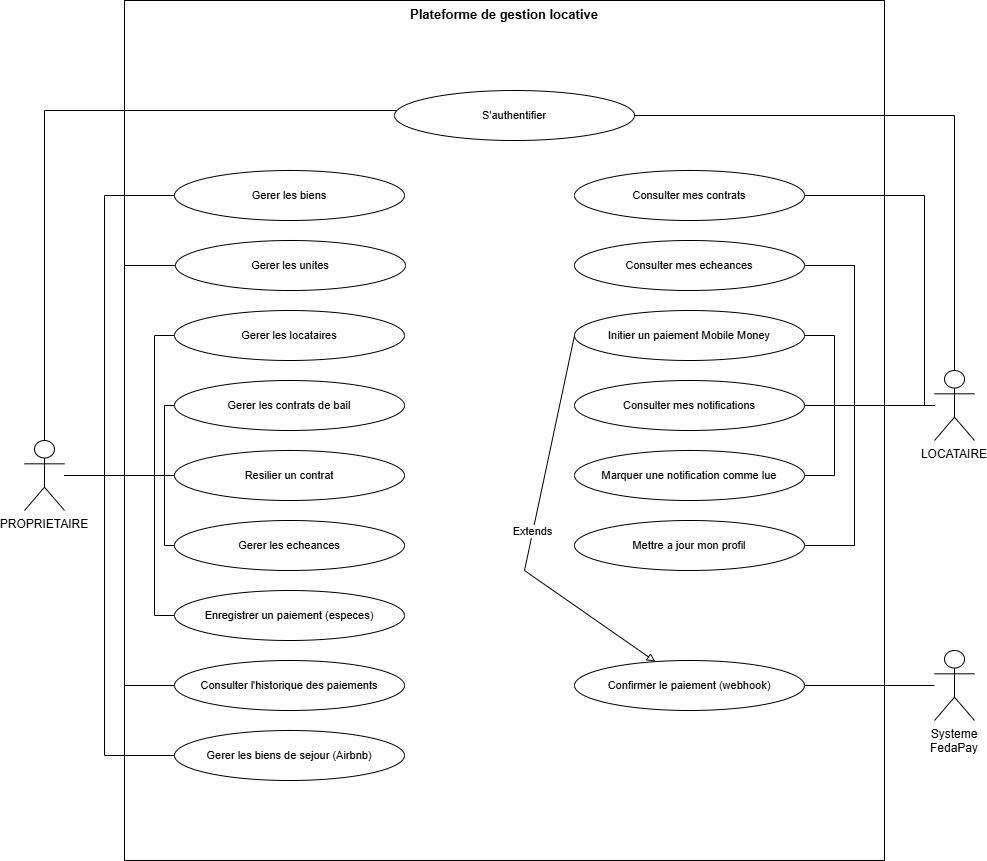
Earlier version of the draw.io export DIAGRAMME/use case/use case.png (xavierGIT04/Soutenance). Source tidied: cells renumbered, new cells last; positions are measured from the earlier drawing's top-left corner, leaving out a move shared by most shapes.
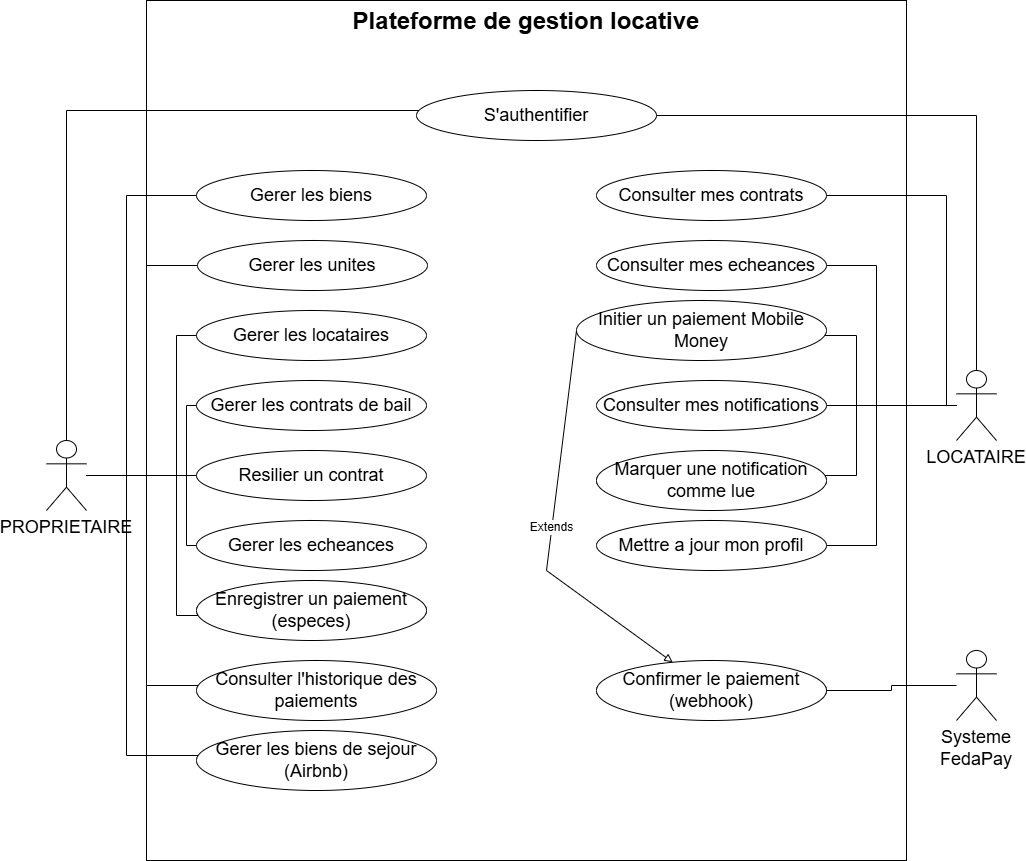
The same file after the commit.

Diff of the diagram source:
```diff
@@ -2,67 +2,67 @@
   <root>
     <mxCell id="0" />
     <mxCell id="1" parent="0" />
-    <mxCell id="2" value="Plateforme de gestion locative" style="rounded=0;whiteSpace=wrap;html=1;verticalAlign=top;align=center;fillColor=none;strokeColor=#000000;fontStyle=1;fontSize=13;" parent="1" vertex="1">
+    <mxCell id="2" value="&lt;font style=&quot;font-size: 24px;&quot;&gt;Plateforme de gestion locative&lt;/font&gt;" style="rounded=0;whiteSpace=wrap;html=1;verticalAlign=top;align=center;fillColor=none;strokeColor=#000000;fontStyle=1;fontSize=13;" parent="1" vertex="1">
       <mxGeometry x="100" width="760" height="860" as="geometry" />
     </mxCell>
-    <mxCell id="3" value="S'authentifier" style="ellipse;whiteSpace=wrap;html=1;fillColor=#ffffff;strokeColor=#000000;fontSize=11;" parent="1" vertex="1">
+    <mxCell id="3" value="&lt;font style=&quot;font-size: 18px;&quot;&gt;S'authentifier&lt;/font&gt;" style="ellipse;whiteSpace=wrap;html=1;fillColor=#ffffff;strokeColor=#000000;fontSize=11;" parent="1" vertex="1">
       <mxGeometry x="370" y="90" width="240" height="50" as="geometry" />
     </mxCell>
-    <mxCell id="4" value="PROPRIETAIRE" style="shape=umlActor;whiteSpace=wrap;html=1;verticalLabelPosition=bottom;verticalAlign=top;outlineConnect=0;fillColor=#ffffff;strokeColor=#000000;" parent="1" vertex="1">
+    <mxCell id="4" value="&lt;font style=&quot;font-size: 18px;&quot;&gt;PROPRIETAIRE&lt;/font&gt;" style="shape=umlActor;whiteSpace=wrap;html=1;verticalLabelPosition=bottom;verticalAlign=top;outlineConnect=0;fillColor=#ffffff;strokeColor=#000000;" parent="1" vertex="1">
       <mxGeometry y="440" width="40" height="70" as="geometry" />
     </mxCell>
-    <mxCell id="5" value="Gerer les biens" style="ellipse;whiteSpace=wrap;html=1;fillColor=#ffffff;strokeColor=#000000;fontSize=11;" parent="1" vertex="1">
+    <mxCell id="5" value="&lt;font style=&quot;font-size: 18px;&quot;&gt;Gerer les biens&lt;/font&gt;" style="ellipse;whiteSpace=wrap;html=1;fillColor=#ffffff;strokeColor=#000000;fontSize=11;" parent="1" vertex="1">
       <mxGeometry x="150" y="170" width="230" height="50" as="geometry" />
     </mxCell>
-    <mxCell id="6" value="Gerer les unites" style="ellipse;whiteSpace=wrap;html=1;fillColor=#ffffff;strokeColor=#000000;fontSize=11;" parent="1" vertex="1">
+    <mxCell id="6" value="&lt;font style=&quot;font-size: 18px;&quot;&gt;Gerer les unites&lt;/font&gt;" style="ellipse;whiteSpace=wrap;html=1;fillColor=#ffffff;strokeColor=#000000;fontSize=11;" parent="1" vertex="1">
       <mxGeometry x="151" y="240" width="230" height="50" as="geometry" />
     </mxCell>
-    <mxCell id="7" value="Gerer les locataires" style="ellipse;whiteSpace=wrap;html=1;fillColor=#ffffff;strokeColor=#000000;fontSize=11;" parent="1" vertex="1">
+    <mxCell id="7" value="&lt;font style=&quot;font-size: 18px;&quot;&gt;Gerer les locataires&lt;/font&gt;" style="ellipse;whiteSpace=wrap;html=1;fillColor=#ffffff;strokeColor=#000000;fontSize=11;" parent="1" vertex="1">
       <mxGeometry x="150" y="310" width="230" height="50" as="geometry" />
     </mxCell>
-    <mxCell id="8" value="Gerer les contrats de bail" style="ellipse;whiteSpace=wrap;html=1;fillColor=#ffffff;strokeColor=#000000;fontSize=11;" parent="1" vertex="1">
+    <mxCell id="8" value="&lt;font style=&quot;font-size: 18px;&quot;&gt;Gerer les contrats de bail&lt;/font&gt;" style="ellipse;whiteSpace=wrap;html=1;fillColor=#ffffff;strokeColor=#000000;fontSize=11;" parent="1" vertex="1">
       <mxGeometry x="150" y="380" width="230" height="50" as="geometry" />
     </mxCell>
-    <mxCell id="9" value="Resilier un contrat" style="ellipse;whiteSpace=wrap;html=1;fillColor=#ffffff;strokeColor=#000000;fontSize=11;" parent="1" vertex="1">
+    <mxCell id="9" value="&lt;font style=&quot;font-size: 18px;&quot;&gt;Resilier un contrat&lt;/font&gt;" style="ellipse;whiteSpace=wrap;html=1;fillColor=#ffffff;strokeColor=#000000;fontSize=11;" parent="1" vertex="1">
       <mxGeometry x="150" y="450" width="230" height="50" as="geometry" />
     </mxCell>
-    <mxCell id="10" value="Gerer les echeances" style="ellipse;whiteSpace=wrap;html=1;fillColor=#ffffff;strokeColor=#000000;fontSize=11;" parent="1" vertex="1">
+    <mxCell id="10" value="&lt;font style=&quot;font-size: 18px;&quot;&gt;Gerer les echeances&lt;/font&gt;" style="ellipse;whiteSpace=wrap;html=1;fillColor=#ffffff;strokeColor=#000000;fontSize=11;" parent="1" vertex="1">
       <mxGeometry x="150" y="520" width="230" height="50" as="geometry" />
     </mxCell>
-    <mxCell id="11" value="Enregistrer un paiement (especes)" style="ellipse;whiteSpace=wrap;html=1;fillColor=#ffffff;strokeColor=#000000;fontSize=11;" parent="1" vertex="1">
-      <mxGeometry x="150" y="590" width="230" height="50" as="geometry" />
+    <mxCell id="11" value="&lt;font style=&quot;font-size: 18px;&quot;&gt;Enregistrer un paiement (especes)&lt;/font&gt;" style="ellipse;whiteSpace=wrap;html=1;fillColor=#ffffff;strokeColor=#000000;fontSize=11;" parent="1" vertex="1">
+      <mxGeometry x="150" y="580" width="230" height="60" as="geometry" />
     </mxCell>
-    <mxCell id="12" value="Consulter l'historique des paiements" style="ellipse;whiteSpace=wrap;html=1;fillColor=#ffffff;strokeColor=#000000;fontSize=11;" parent="1" vertex="1">
-      <mxGeometry x="150" y="660" width="230" height="50" as="geometry" />
+    <mxCell id="12" value="&lt;font style=&quot;font-size: 18px;&quot;&gt;Consulter l'historique des paiements&lt;/font&gt;" style="ellipse;whiteSpace=wrap;html=1;fillColor=#ffffff;strokeColor=#000000;fontSize=11;" parent="1" vertex="1">
+      <mxGeometry x="150" y="660" width="240" height="60" as="geometry" />
     </mxCell>
-    <mxCell id="13" value="Gerer les biens de sejour (Airbnb)" style="ellipse;whiteSpace=wrap;html=1;fillColor=#ffffff;strokeColor=#000000;fontSize=11;" parent="1" vertex="1">
-      <mxGeometry x="150" y="730" width="230" height="50" as="geometry" />
+    <mxCell id="13" value="&lt;font style=&quot;font-size: 18px;&quot;&gt;Gerer les biens de sejour (Airbnb)&lt;/font&gt;" style="ellipse;whiteSpace=wrap;html=1;fillColor=#ffffff;strokeColor=#000000;fontSize=11;" parent="1" vertex="1">
+      <mxGeometry x="150" y="730" width="240" height="60" as="geometry" />
     </mxCell>
-    <mxCell id="14" value="LOCATAIRE" style="shape=umlActor;whiteSpace=wrap;html=1;verticalLabelPosition=bottom;verticalAlign=top;outlineConnect=0;fillColor=#ffffff;strokeColor=#000000;" parent="1" vertex="1">
+    <mxCell id="14" value="&lt;font style=&quot;font-size: 18px;&quot;&gt;LOCATAIRE&lt;/font&gt;" style="shape=umlActor;whiteSpace=wrap;html=1;verticalLabelPosition=bottom;verticalAlign=top;outlineConnect=0;fillColor=#ffffff;strokeColor=#000000;" parent="1" vertex="1">
       <mxGeometry x="910" y="370" width="40" height="70" as="geometry" />
     </mxCell>
-    <mxCell id="15" value="Consulter mes contrats" style="ellipse;whiteSpace=wrap;html=1;fillColor=#ffffff;strokeColor=#000000;fontSize=11;" parent="1" vertex="1">
+    <mxCell id="15" value="&lt;font style=&quot;font-size: 18px;&quot;&gt;Consulter mes contrats&lt;/font&gt;" style="ellipse;whiteSpace=wrap;html=1;fillColor=#ffffff;strokeColor=#000000;fontSize=11;" parent="1" vertex="1">
       <mxGeometry x="550" y="170" width="230" height="50" as="geometry" />
     </mxCell>
-    <mxCell id="16" value="Consulter mes echeances" style="ellipse;whiteSpace=wrap;html=1;fillColor=#ffffff;strokeColor=#000000;fontSize=11;" parent="1" vertex="1">
+    <mxCell id="16" value="&lt;font style=&quot;font-size: 18px;&quot;&gt;Consulter mes echeances&lt;/font&gt;" style="ellipse;whiteSpace=wrap;html=1;fillColor=#ffffff;strokeColor=#000000;fontSize=11;" parent="1" vertex="1">
       <mxGeometry x="550" y="240" width="230" height="50" as="geometry" />
     </mxCell>
-    <mxCell id="17" value="Initier un paiement Mobile Money" style="ellipse;whiteSpace=wrap;html=1;fillColor=#ffffff;strokeColor=#000000;fontSize=11;" parent="1" vertex="1">
-      <mxGeometry x="550" y="310" width="230" height="50" as="geometry" />
+    <mxCell id="17" value="&lt;font style=&quot;font-size: 18px;&quot;&gt;Initier un paiement Mobile Money&lt;/font&gt;" style="ellipse;whiteSpace=wrap;html=1;fillColor=#ffffff;strokeColor=#000000;fontSize=11;" parent="1" vertex="1">
+      <mxGeometry x="530" y="300" width="250" height="60" as="geometry" />
     </mxCell>
-    <mxCell id="18" value="Consulter mes notifications" style="ellipse;whiteSpace=wrap;html=1;fillColor=#ffffff;strokeColor=#000000;fontSize=11;" parent="1" vertex="1">
+    <mxCell id="18" value="&lt;font style=&quot;font-size: 18px;&quot;&gt;Consulter mes notifications&lt;/font&gt;" style="ellipse;whiteSpace=wrap;html=1;fillColor=#ffffff;strokeColor=#000000;fontSize=11;" parent="1" vertex="1">
       <mxGeometry x="550" y="380" width="230" height="50" as="geometry" />
     </mxCell>
-    <mxCell id="19" value="Marquer une notification comme lue" style="ellipse;whiteSpace=wrap;html=1;fillColor=#ffffff;strokeColor=#000000;fontSize=11;" parent="1" vertex="1">
-      <mxGeometry x="550" y="450" width="230" height="50" as="geometry" />
+    <mxCell id="19" value="&lt;font style=&quot;font-size: 18px;&quot;&gt;Marquer une notification comme lue&lt;/font&gt;" style="ellipse;whiteSpace=wrap;html=1;fillColor=#ffffff;strokeColor=#000000;fontSize=11;" parent="1" vertex="1">
+      <mxGeometry x="550" y="450" width="230" height="60" as="geometry" />
     </mxCell>
-    <mxCell id="20" value="Mettre a jour mon profil" style="ellipse;whiteSpace=wrap;html=1;fillColor=#ffffff;strokeColor=#000000;fontSize=11;" parent="1" vertex="1">
+    <mxCell id="20" value="&lt;font style=&quot;font-size: 18px;&quot;&gt;Mettre a jour mon profil&lt;/font&gt;" style="ellipse;whiteSpace=wrap;html=1;fillColor=#ffffff;strokeColor=#000000;fontSize=11;" parent="1" vertex="1">
       <mxGeometry x="550" y="520" width="230" height="50" as="geometry" />
     </mxCell>
-    <mxCell id="21" value="Confirmer le paiement (webhook)" style="ellipse;whiteSpace=wrap;html=1;fillColor=#ffffff;strokeColor=#000000;fontSize=11;" parent="1" vertex="1">
-      <mxGeometry x="550" y="660" width="230" height="50" as="geometry" />
+    <mxCell id="21" value="&lt;font style=&quot;font-size: 18px;&quot;&gt;Confirmer le paiement (webhook)&lt;/font&gt;" style="ellipse;whiteSpace=wrap;html=1;fillColor=#ffffff;strokeColor=#000000;fontSize=11;" parent="1" vertex="1">
+      <mxGeometry x="550" y="660" width="230" height="60" as="geometry" />
     </mxCell>
-    <mxCell id="22" value="Systeme FedaPay" style="shape=umlActor;whiteSpace=wrap;html=1;verticalLabelPosition=bottom;verticalAlign=top;outlineConnect=0;fillColor=#ffffff;strokeColor=#000000;" parent="1" vertex="1">
+    <mxCell id="22" value="&lt;font style=&quot;font-size: 18px;&quot;&gt;Systeme FedaPay&lt;/font&gt;" style="shape=umlActor;whiteSpace=wrap;html=1;verticalLabelPosition=bottom;verticalAlign=top;outlineConnect=0;fillColor=#ffffff;strokeColor=#000000;" parent="1" vertex="1">
       <mxGeometry x="910" y="650" width="40" height="70" as="geometry" />
     </mxCell>
     <mxCell id="23" style="edgeStyle=orthogonalEdgeStyle;rounded=0;html=1;fontSize=10;endArrow=none;dashed=0;" parent="1" edge="1" source="4" target="3">
@@ -194,7 +194,7 @@
     <mxCell id="40" style="edgeStyle=orthogonalEdgeStyle;rounded=0;html=1;fontSize=10;endArrow=none;dashed=0;" parent="1" edge="1" source="22" target="21">
       <mxGeometry relative="1" as="geometry" />
     </mxCell>
-    <mxCell id="41" value="Extends" style="endArrow=block;endFill=0;html=1;rounded=0;exitX=0;exitY=0.5;exitDx=0;exitDy=0;shape=wire;dashed=1;" parent="1" edge="1" source="17" target="21">
+    <mxCell id="41" value="&lt;font style=&quot;font-size: 12px;&quot;&gt;Extends&lt;/font&gt;" style="endArrow=block;endFill=0;html=1;rounded=0;exitX=0;exitY=0.5;exitDx=0;exitDy=0;shape=wire;dashed=1;" parent="1" edge="1" source="17" target="21">
       <mxGeometry relative="1" as="geometry">
         <Array as="points">
           <mxPoint x="500" y="570" />
```
